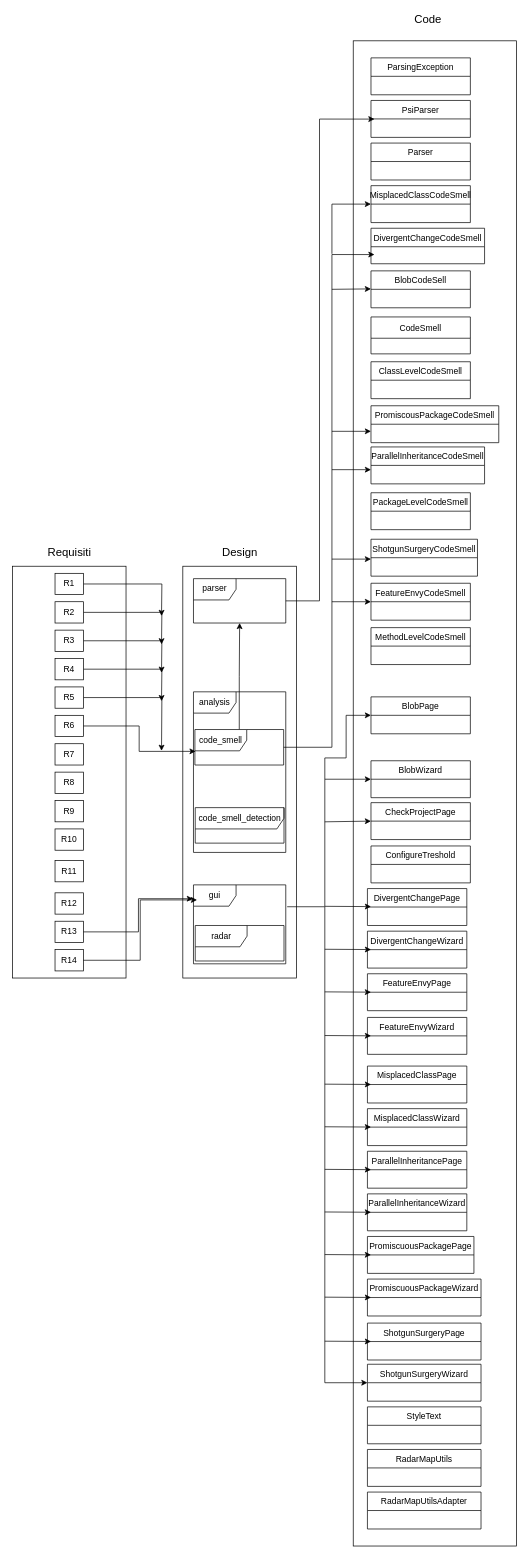
Above: Documentazione generale/Grafici/HorizontalTraceabilityGraph.drawio in AntonioTrovato/Evoluzione-cASpER (draw.io), before the change. Source tidied: cells renumbered, new cells numbered last; positions are measured from the earlier drawing's top-left corner, leaving out a move shared by most shapes. Both pictures are drawn from the tidied source at 71%, with x=0, y=0 at pixel (12, 12).
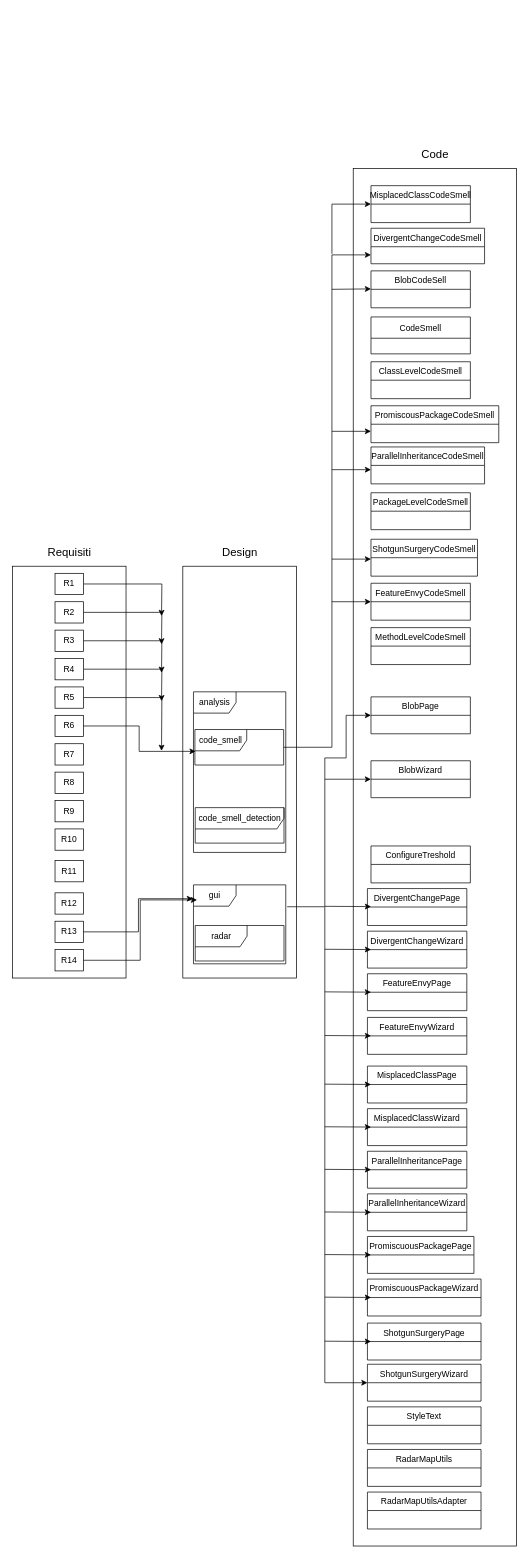
The same diagram, later.

The change refers to these unchanged cells:
```xml
<mxCell id="29" value="code_smell" style="shape=umlFrame;whiteSpace=wrap;html=1;width=73;height=30;" parent="1" vertex="1">
  <mxGeometry x="257" y="1010" width="125" height="50" as="geometry" />
</mxCell>
<mxCell id="35" value="DivergentChangeCodeSmell" style="swimlane;fontStyle=0;horizontal=1;startSize=26;fillColor=none;" parent="1" vertex="1">
  <mxGeometry x="505" y="304" width="160" height="50" as="geometry" />
</mxCell>
```

Change to the diagram source:
```diff
@@
     <mxCell id="2" style="rounded=0;whiteSpace=wrap;html=1;fillColor=none;" parent="1" vertex="1">
-      <mxGeometry x="480" y="40" width="230" height="2120" as="geometry" />
+      <mxGeometry x="480" y="220" width="230" height="1940" as="geometry" />
     </mxCell>
@@
-    <mxCell id="24" value="parser" style="shape=umlFrame;whiteSpace=wrap;html=1;" parent="1" vertex="1">
-      <mxGeometry x="255" y="797.5" width="130" height="62.5" as="geometry" />
-    </mxCell>
@@
-    <mxCell id="27" style="edgeStyle=orthogonalEdgeStyle;rounded=0;jettySize=auto;html=1;fontSize=16;" parent="1" edge="1" source="29" target="24">
-      <mxGeometry relative="1" as="geometry" />
-    </mxCell>
-    <mxCell id="28" style="edgeStyle=orthogonalEdgeStyle;rounded=0;jettySize=auto;html=1;entryX=0.13;entryY=0.142;entryDx=0;entryDy=0;entryPerimeter=0;fontSize=16;" parent="1" edge="1" source="29" target="2">
+    <mxCell id="28" style="edgeStyle=orthogonalEdgeStyle;rounded=0;jettySize=auto;html=1;entryX=0;entryY=0.75;entryDx=0;entryDy=0;fontSize=16;" parent="1" edge="1" source="29" target="35">
       <mxGeometry relative="1" as="geometry">
         <Array as="points">
           <mxPoint x="450" y="1035" />
-          <mxPoint x="450" y="341" />
+          <mxPoint x="450" y="342" />
         </Array>
       </mxGeometry>
     </mxCell>
@@
-    <mxCell id="43" value="Parser" style="swimlane;fontStyle=0;horizontal=1;startSize=26;fillColor=none;" parent="1" vertex="1">
-      <mxGeometry x="505" y="184" width="140" height="52" as="geometry" />
-    </mxCell>
-    <mxCell id="44" value="PsiParser" style="swimlane;fontStyle=0;horizontal=1;startSize=26;fillColor=none;" parent="1" vertex="1">
-      <mxGeometry x="505" y="124" width="140" height="52" as="geometry" />
-    </mxCell>
-    <mxCell id="45" value="ParsingException" style="swimlane;fontStyle=0;horizontal=1;startSize=26;fillColor=none;" parent="1" vertex="1">
-      <mxGeometry x="505" y="64" width="140" height="52" as="geometry" />
-    </mxCell>
@@
-    <mxCell id="48" value="CheckProjectPage" style="swimlane;fontStyle=0;horizontal=1;startSize=26;fillColor=none;" parent="1" vertex="1">
-      <mxGeometry x="505" y="1113" width="140" height="52" as="geometry" />
-    </mxCell>
@@
     <mxCell id="68" value="&lt;font style=&quot;font-size: 16px;&quot;&gt;Code&lt;/font&gt;" style="text;html=1;align=center;verticalAlign=middle;strokeColor=none;fillColor=none;" parent="1" vertex="1">
-      <mxGeometry x="560" width="50" height="20" as="geometry" />
+      <mxGeometry x="570" y="190" width="50" height="20" as="geometry" />
     </mxCell>
@@
-    <mxCell id="73" style="edgeStyle=orthogonalEdgeStyle;rounded=0;jettySize=auto;html=1;entryX=0.13;entryY=0.052;entryDx=0;entryDy=0;entryPerimeter=0;fontSize=16;" parent="1" edge="1" source="24" target="2">
-      <mxGeometry relative="1" as="geometry" />
-    </mxCell>
@@
-    <mxCell id="80" style="endArrow=classic;html=1;rounded=0;fontSize=16;entryX=0;entryY=0.5;entryDx=0;entryDy=0;" parent="1" edge="1" target="48">
-      <mxGeometry relative="1" as="geometry">
-        <mxPoint x="440" y="1140" as="sourcePoint" />
-      </mxGeometry>
-    </mxCell>
```
